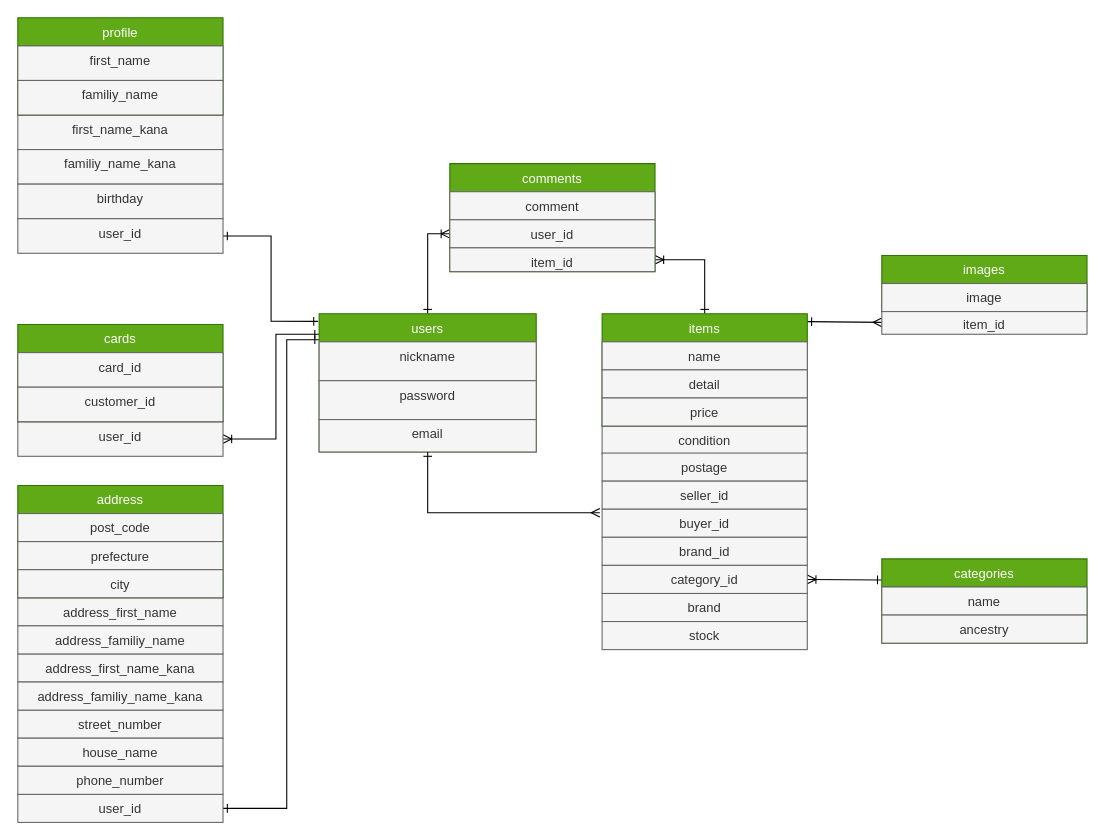
Above: app/er.drawio in kazuyat1995/fleamarket_sample_76a (draw.io), before the change. Source tidied: cells renumbered, new cells numbered last; positions are measured from the earlier drawing's top-left corner, leaving out a move shared by most shapes. Both pictures are drawn from the tidied source at 108%, with x=0, y=0 at pixel (17, 17).
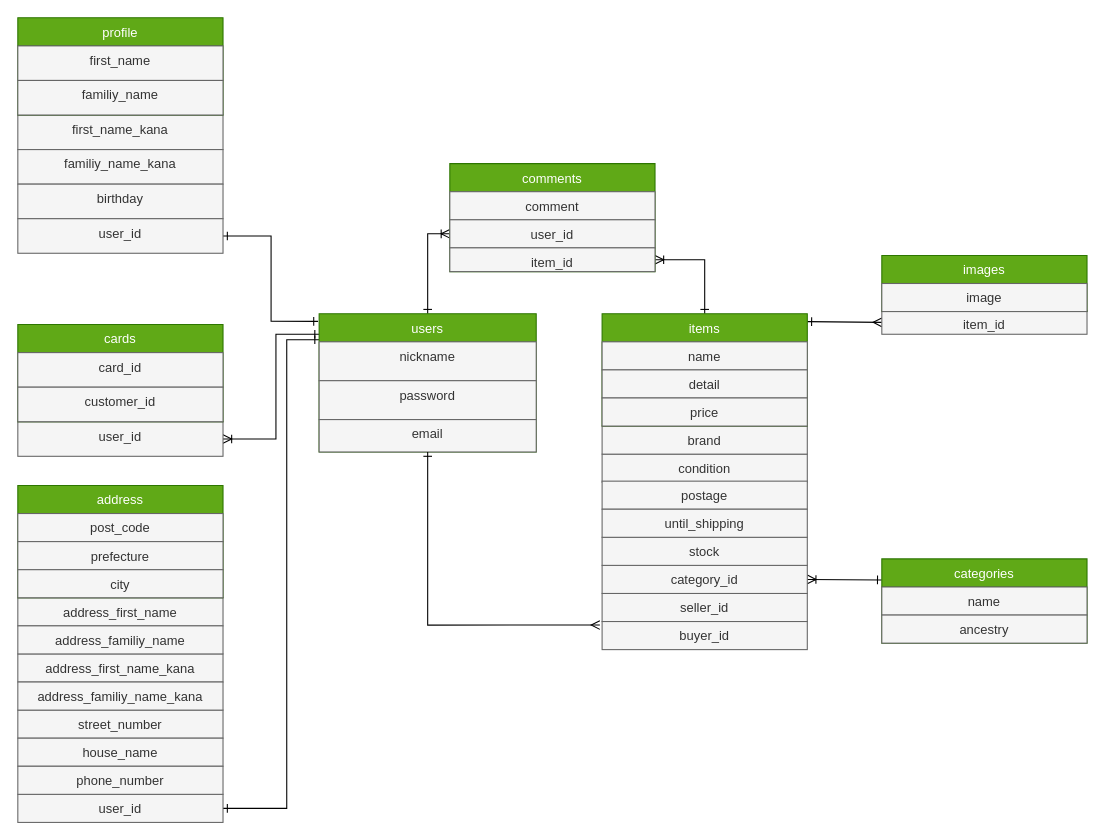
The same diagram, later.

What changed in the source:
```diff
@@
     <mxCell id="2" value="condition" style="text;strokeColor=#666666;fillColor=#f5f5f5;align=center;verticalAlign=top;spacingLeft=4;spacingRight=4;overflow=hidden;fontColor=#333333;" parent="1" vertex="1">
-      <mxGeometry x="541" y="378" width="190" height="26" as="geometry" />
+      <mxGeometry x="541" y="404" width="190" height="26" as="geometry" />
     </mxCell>
     <mxCell id="3" value="brand" style="text;strokeColor=#666666;fillColor=#f5f5f5;align=center;verticalAlign=top;spacingLeft=4;spacingRight=4;overflow=hidden;fontColor=#333333;" parent="1" vertex="1">
-      <mxGeometry x="541" y="533" width="190" height="26" as="geometry" />
+      <mxGeometry x="541" y="378" width="190" height="26" as="geometry" />
     </mxCell>
     <mxCell id="4" value="postage" style="text;strokeColor=#666666;fillColor=#f5f5f5;align=center;verticalAlign=top;spacingLeft=4;spacingRight=4;overflow=hidden;fontColor=#333333;" parent="1" vertex="1">
-      <mxGeometry x="541" y="403" width="190" height="26" as="geometry" />
+      <mxGeometry x="541" y="429" width="190" height="26" as="geometry" />
     </mxCell>
@@
     <mxCell id="37" value="seller_id" style="text;strokeColor=#666666;fillColor=#f5f5f5;align=center;verticalAlign=top;spacingLeft=4;spacingRight=4;overflow=hidden;fontColor=#333333;" parent="1" vertex="1">
-      <mxGeometry x="541" y="429" width="190" height="26" as="geometry" />
+      <mxGeometry x="541" y="533" width="190" height="26" as="geometry" />
     </mxCell>
     <mxCell id="38" value="buyer_id&#10;" style="text;strokeColor=#666666;fillColor=#f5f5f5;align=center;verticalAlign=top;spacingLeft=4;spacingRight=4;overflow=hidden;points=[[0,0.5],[1,0.5]];portConstraint=eastwest;fontColor=#333333;" parent="1" vertex="1">
-      <mxGeometry x="541" y="455" width="190" height="26" as="geometry" />
+      <mxGeometry x="541" y="559" width="190" height="26" as="geometry" />
     </mxCell>
-    <mxCell id="39" value="brand_id&#10;" style="text;strokeColor=#666666;fillColor=#f5f5f5;align=center;verticalAlign=top;spacingLeft=4;spacingRight=4;overflow=hidden;fontColor=#333333;" parent="1" vertex="1">
-      <mxGeometry x="541" y="481" width="190" height="26" as="geometry" />
-    </mxCell>
@@
     <mxCell id="58" value="stock" style="text;strokeColor=#666666;fillColor=#f5f5f5;align=center;verticalAlign=top;spacingLeft=4;spacingRight=4;overflow=hidden;fontColor=#333333;" parent="1" vertex="1">
-      <mxGeometry x="541" y="559" width="190" height="26" as="geometry" />
+      <mxGeometry x="541" y="481" width="190" height="26" as="geometry" />
     </mxCell>
+    <mxCell id="59" value="until_shipping" style="text;strokeColor=#666666;fillColor=#f5f5f5;align=center;verticalAlign=top;spacingLeft=4;spacingRight=4;overflow=hidden;fontColor=#333333;" parent="1" vertex="1">
+      <mxGeometry x="541" y="455" width="190" height="26" as="geometry" />
+    </mxCell>
```
